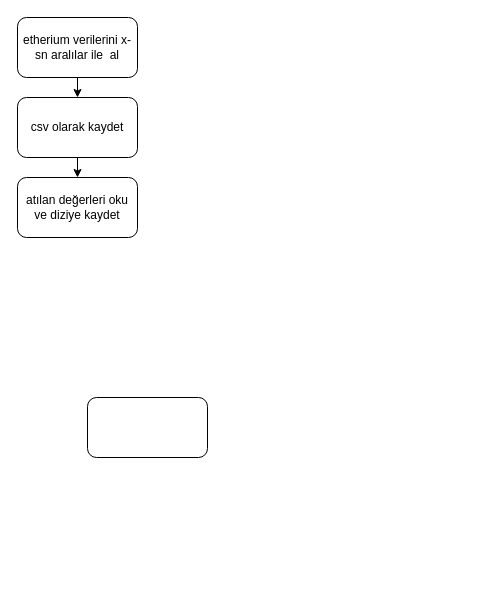
haluksuzen/Trader_AI keeps this draw.io diagram as traderProgram_FlowChart.drawio. Above is the earlier version. Source tidied: cells renumbered, new cells numbered last; positions are measured from the earlier drawing's top-left corner, leaving out a move shared by most shapes. Both pictures are drawn from the tidied source at 100%, with x=0, y=0 at pixel (17, 17).
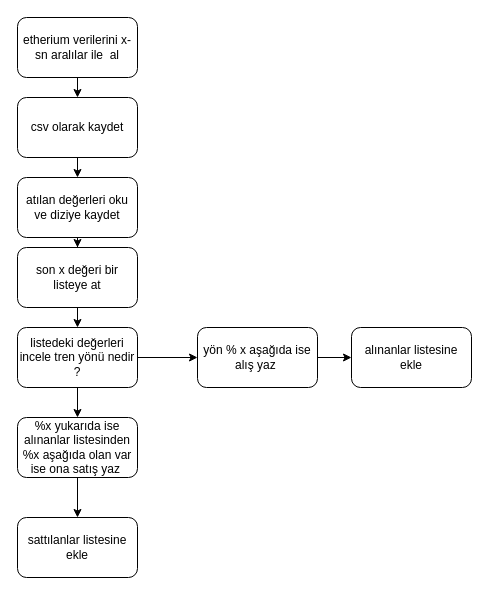
After the change.

Diff of the diagram source:
```diff
@@
 <mxGraphModel>
   <root>
     <mxCell id="0" />
     <mxCell id="1" parent="0" />
     <mxCell id="2" style="edgeStyle=orthogonalEdgeStyle;rounded=0;jettySize=auto;html=1;exitX=0.5;exitY=1;exitDx=0;exitDy=0;entryX=0.5;entryY=0;entryDx=0;entryDy=0;" parent="1" edge="1" source="3" target="5">
       <mxGeometry relative="1" as="geometry" />
     </mxCell>
     <mxCell id="3" value="etherium verilerini x-sn aralılar ile&amp;nbsp; al" style="rounded=1;whiteSpace=wrap;html=1;" parent="1" vertex="1">
       <mxGeometry width="120" height="60" as="geometry" />
     </mxCell>
     <mxCell id="4" style="edgeStyle=orthogonalEdgeStyle;rounded=0;jettySize=auto;html=1;exitX=0.5;exitY=1;exitDx=0;exitDy=0;entryX=0.5;entryY=0;entryDx=0;entryDy=0;" parent="1" edge="1" source="5" target="6">
       <mxGeometry relative="1" as="geometry" />
     </mxCell>
     <mxCell id="5" value="csv olarak kaydet" style="rounded=1;whiteSpace=wrap;html=1;" parent="1" vertex="1">
       <mxGeometry y="80" width="120" height="60" as="geometry" />
     </mxCell>
+    <mxCell id="8" style="edgeStyle=orthogonalEdgeStyle;rounded=0;jettySize=auto;html=1;exitX=0.5;exitY=1;exitDx=0;exitDy=0;" parent="1" edge="1" source="6" target="7">
+      <mxGeometry relative="1" as="geometry" />
+    </mxCell>
     <mxCell id="6" value="atılan değerleri oku ve diziye kaydet" style="rounded=1;whiteSpace=wrap;html=1;" parent="1" vertex="1">
       <mxGeometry y="160" width="120" height="60" as="geometry" />
     </mxCell>
+    <mxCell id="9" style="edgeStyle=orthogonalEdgeStyle;rounded=0;jettySize=auto;html=1;exitX=0.5;exitY=1;exitDx=0;exitDy=0;entryX=0.5;entryY=0;entryDx=0;entryDy=0;" parent="1" edge="1" source="7" target="12">
+      <mxGeometry relative="1" as="geometry" />
+    </mxCell>
-    <mxCell id="7" style="rounded=1;whiteSpace=wrap;html=1;" parent="1" vertex="1">
-      <mxGeometry x="70" y="380" width="120" height="60" as="geometry" />
+    <mxCell id="7" value="son x değeri bir listeye at" style="rounded=1;whiteSpace=wrap;html=1;" parent="1" vertex="1">
+      <mxGeometry y="230" width="120" height="60" as="geometry" />
     </mxCell>
+    <mxCell id="10" style="edgeStyle=orthogonalEdgeStyle;rounded=0;jettySize=auto;html=1;exitX=1;exitY=0.5;exitDx=0;exitDy=0;" parent="1" edge="1" source="12" target="14">
+      <mxGeometry relative="1" as="geometry" />
+    </mxCell>
+    <mxCell id="11" style="edgeStyle=orthogonalEdgeStyle;rounded=0;jettySize=auto;html=1;exitX=0.5;exitY=1;exitDx=0;exitDy=0;entryX=0.5;entryY=0;entryDx=0;entryDy=0;" parent="1" edge="1" source="12" target="16">
+      <mxGeometry relative="1" as="geometry" />
+    </mxCell>
+    <mxCell id="12" value="listedeki değerleri incele tren yönü nedir ?" style="rounded=1;whiteSpace=wrap;html=1;" parent="1" vertex="1">
+      <mxGeometry y="310" width="120" height="60" as="geometry" />
+    </mxCell>
+    <mxCell id="13" style="edgeStyle=orthogonalEdgeStyle;rounded=0;jettySize=auto;html=1;exitX=1;exitY=0.5;exitDx=0;exitDy=0;entryX=0;entryY=0.5;entryDx=0;entryDy=0;" parent="1" edge="1" source="14" target="17">
+      <mxGeometry relative="1" as="geometry" />
+    </mxCell>
+    <mxCell id="14" value="yön % x aşağıda ise alış yaz&amp;nbsp;" style="rounded=1;whiteSpace=wrap;html=1;" parent="1" vertex="1">
+      <mxGeometry x="180" y="310" width="120" height="60" as="geometry" />
+    </mxCell>
+    <mxCell id="15" style="edgeStyle=orthogonalEdgeStyle;rounded=0;jettySize=auto;html=1;exitX=0.5;exitY=1;exitDx=0;exitDy=0;entryX=0.5;entryY=0;entryDx=0;entryDy=0;" parent="1" edge="1" source="16" target="18">
+      <mxGeometry relative="1" as="geometry" />
+    </mxCell>
+    <mxCell id="16" value="%x yukarıda ise alınanlar listesinden %x aşağıda olan var ise ona satış yaz&amp;nbsp;" style="rounded=1;whiteSpace=wrap;html=1;" parent="1" vertex="1">
+      <mxGeometry y="400" width="120" height="60" as="geometry" />
+    </mxCell>
+    <mxCell id="17" value="alınanlar listesine ekle" style="rounded=1;whiteSpace=wrap;html=1;" parent="1" vertex="1">
+      <mxGeometry x="334" y="310" width="120" height="60" as="geometry" />
+    </mxCell>
+    <mxCell id="18" value="sattılanlar listesine ekle" style="rounded=1;whiteSpace=wrap;html=1;" parent="1" vertex="1">
+      <mxGeometry y="500" width="120" height="60" as="geometry" />
+    </mxCell>
   </root>
 </mxGraphModel>
```
